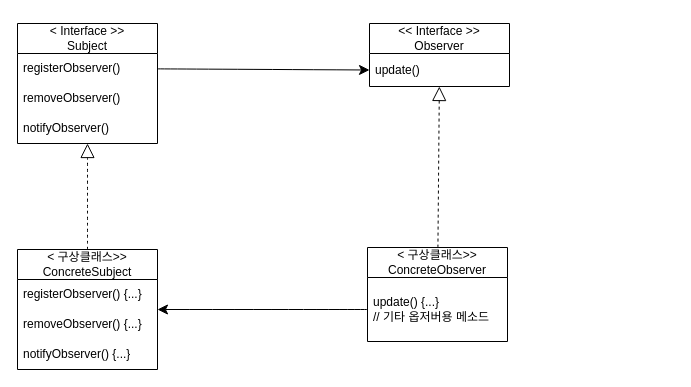
Above: 제목 없는 다이어그램.drawio in Ohsaam/umlDiagram (draw.io), before the change. Source tidied: cells renumbered, new cells numbered last; positions are measured from the earlier drawing's top-left corner, leaving out a move shared by most shapes. Both pictures are drawn from the tidied source at 100%, with x=0, y=0 at pixel (17, 23).
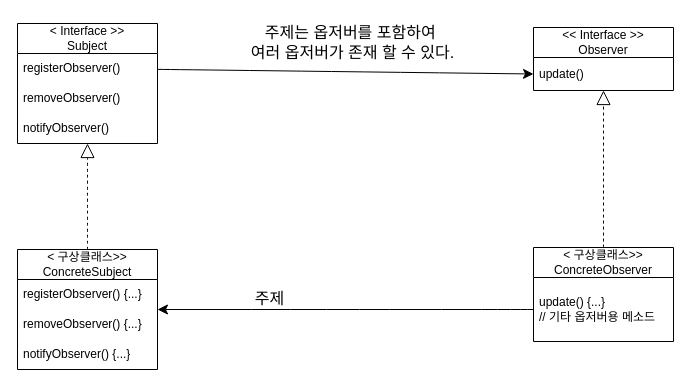
The same diagram, later.

Commit message:
옵저버패턴

The edit, as a diff of the source:
```diff
@@
 <mxGraphModel>
   <root>
     <mxCell id="0" />
     <mxCell id="1" parent="0" />
     <mxCell id="2" value="&lt;div&gt;&amp;lt; Interface &amp;gt;&amp;gt;&lt;/div&gt;Subject" style="swimlane;fontStyle=0;horizontal=1;startSize=30;whiteSpace=wrap;html=1;" parent="1" vertex="1">
       <mxGeometry width="140" height="120" as="geometry" />
     </mxCell>
     <mxCell id="3" value="registerObserver()" style="text;strokeColor=none;fillColor=none;align=left;verticalAlign=middle;spacingLeft=4;spacingRight=4;overflow=hidden;points=[[0,0.5],[1,0.5]];portConstraint=eastwest;whiteSpace=wrap;html=1;" parent="2" vertex="1">
       <mxGeometry y="30" width="140" height="30" as="geometry" />
     </mxCell>
     <mxCell id="4" value="removeObserver()" style="text;strokeColor=none;fillColor=none;align=left;verticalAlign=middle;spacingLeft=4;spacingRight=4;overflow=hidden;whiteSpace=wrap;html=1;" parent="2" vertex="1">
       <mxGeometry y="60" width="140" height="30" as="geometry" />
     </mxCell>
     <mxCell id="5" value="notifyObserver()" style="text;strokeColor=none;fillColor=none;align=left;verticalAlign=middle;spacingLeft=4;spacingRight=4;overflow=hidden;points=[[0,0.5],[1,0.5]];portConstraint=eastwest;whiteSpace=wrap;html=1;" parent="2" vertex="1">
       <mxGeometry y="90" width="140" height="30" as="geometry" />
     </mxCell>
     <mxCell id="6" value="&lt;div&gt;&amp;lt;&amp;lt; Interface &amp;gt;&amp;gt;&lt;/div&gt;Observer" style="swimlane;fontStyle=0;horizontal=1;startSize=30;whiteSpace=wrap;html=1;" parent="1" vertex="1">
-      <mxGeometry x="352" width="140" height="63" as="geometry" />
+      <mxGeometry x="516" y="4" width="140" height="63" as="geometry" />
     </mxCell>
     <mxCell id="7" value="update()" style="text;strokeColor=none;fillColor=none;align=left;verticalAlign=middle;spacingLeft=4;spacingRight=4;overflow=hidden;points=[[0,0.5],[1,0.5]];portConstraint=eastwest;whiteSpace=wrap;html=1;" parent="6" vertex="1">
       <mxGeometry y="30" width="140" height="33" as="geometry" />
     </mxCell>
     <mxCell id="8" style="edgeStyle=none;curved=1;rounded=0;jettySize=auto;html=1;entryX=0;entryY=0.5;entryDx=0;entryDy=0;fontSize=12;startSize=8;endSize=8;" parent="1" edge="1" source="3" target="7">
       <mxGeometry relative="1" as="geometry" />
     </mxCell>
     <mxCell id="9" value="&lt;div&gt;&amp;lt; 구상클래스&amp;gt;&amp;gt;&lt;/div&gt;ConcreteSubject" style="swimlane;fontStyle=0;horizontal=1;startSize=30;whiteSpace=wrap;html=1;" parent="1" vertex="1">
       <mxGeometry y="226" width="140" height="120" as="geometry" />
     </mxCell>
     <mxCell id="10" value="registerObserver() {...}" style="text;strokeColor=none;fillColor=none;align=left;verticalAlign=middle;spacingLeft=4;spacingRight=4;overflow=hidden;whiteSpace=wrap;html=1;" parent="9" vertex="1">
       <mxGeometry y="30" width="140" height="30" as="geometry" />
     </mxCell>
     <mxCell id="11" value="removeObserver() {...}" style="text;strokeColor=none;fillColor=none;align=left;verticalAlign=middle;spacingLeft=4;spacingRight=4;overflow=hidden;whiteSpace=wrap;html=1;" parent="9" vertex="1">
       <mxGeometry y="60" width="140" height="30" as="geometry" />
     </mxCell>
     <mxCell id="12" value="notifyObserver() {...}" style="text;strokeColor=none;fillColor=none;align=left;verticalAlign=middle;spacingLeft=4;spacingRight=4;overflow=hidden;whiteSpace=wrap;html=1;" parent="9" vertex="1">
       <mxGeometry y="90" width="140" height="30" as="geometry" />
     </mxCell>
     <mxCell id="13" style="endArrow=block;dashed=1;endFill=0;endSize=12;html=1;rounded=0;fontSize=12;curved=1;exitX=0.5;exitY=0;exitDx=0;exitDy=0;" parent="1" edge="1" source="9" target="5">
       <mxGeometry relative="1" as="geometry" />
     </mxCell>
     <mxCell id="14" value="&lt;div&gt;&amp;lt; 구상클래스&amp;gt;&amp;gt;&lt;/div&gt;&lt;div&gt;ConcreteObserver&lt;/div&gt;" style="swimlane;fontStyle=0;horizontal=1;startSize=30;whiteSpace=wrap;html=1;" parent="1" vertex="1">
-      <mxGeometry x="350" y="224" width="140" height="94" as="geometry" />
+      <mxGeometry x="516" y="224" width="140" height="94" as="geometry" />
     </mxCell>
     <mxCell id="15" value="update() {...}&lt;div&gt;// 기타 옵저버용 메소드&lt;/div&gt;" style="text;strokeColor=none;fillColor=none;align=left;verticalAlign=middle;spacingLeft=4;spacingRight=4;overflow=hidden;points=[[0,0.5],[1,0.5]];portConstraint=eastwest;whiteSpace=wrap;html=1;" parent="14" vertex="1">
       <mxGeometry y="30" width="140" height="64" as="geometry" />
     </mxCell>
     <mxCell id="16" style="endArrow=block;dashed=1;endFill=0;endSize=12;html=1;rounded=0;fontSize=12;curved=1;" parent="1" edge="1" source="14" target="7">
       <mxGeometry relative="1" as="geometry" />
     </mxCell>
     <mxCell id="17" style="edgeStyle=none;curved=1;rounded=0;jettySize=auto;html=1;fontSize=12;startSize=8;endSize=8;" parent="1" edge="1" source="15" target="9">
       <mxGeometry relative="1" as="geometry" />
     </mxCell>
+    <mxCell id="18" value="주제" style="text;html=1;align=center;verticalAlign=middle;strokeColor=none;fillColor=none;fontSize=16;" parent="1" vertex="1">
+      <mxGeometry x="227" y="259" width="50" height="31" as="geometry" />
+    </mxCell>
+    <mxCell id="19" value="주제는 옵저버를 포함하여&amp;nbsp;&lt;div&gt;여러 옵저버가 존재 할 수 있다.&lt;/div&gt;" style="text;html=1;align=center;verticalAlign=middle;strokeColor=none;fillColor=none;fontSize=16;" parent="1" vertex="1">
+      <mxGeometry x="216" y="-6" width="237" height="50" as="geometry" />
+    </mxCell>
   </root>
 </mxGraphModel>
```
